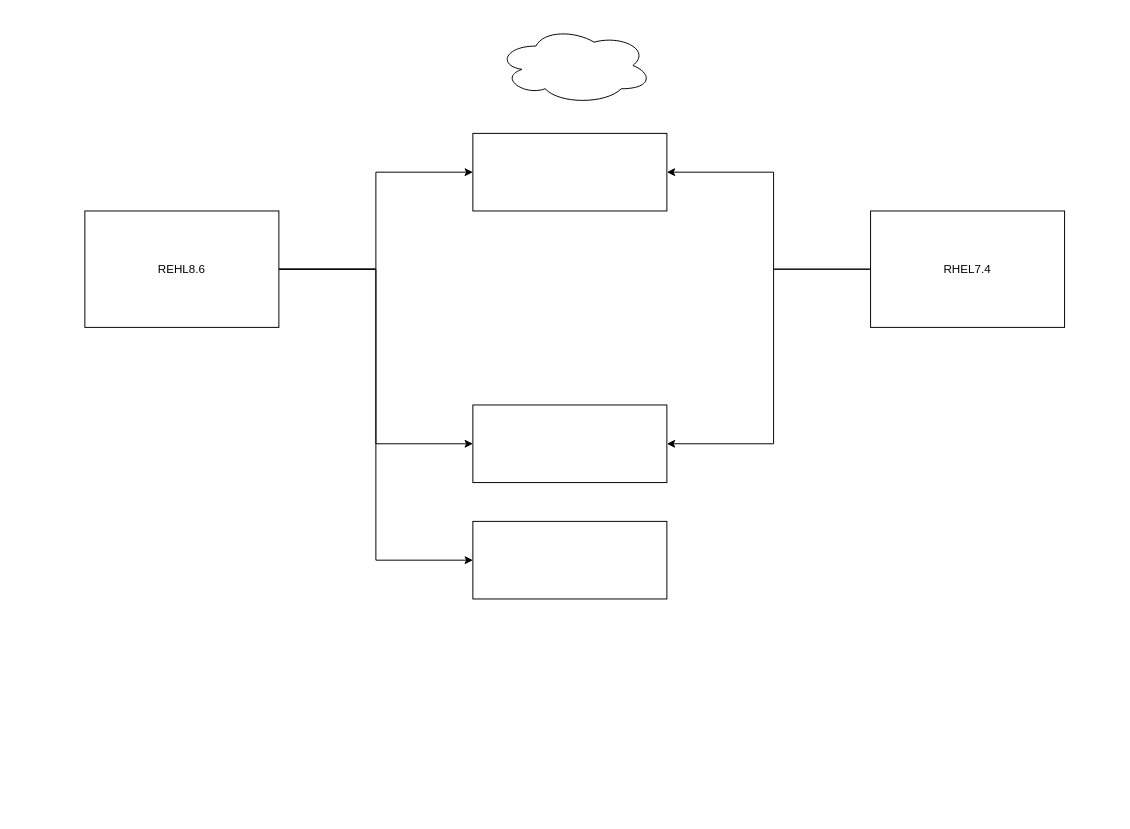
Earlier version of the draw.io diagram 2New_server.drawio (yokikim/Report-resource-linux). Source tidied: cells renumbered, new cells numbered last; positions are measured from the earlier drawing's top-left corner, leaving out a move shared by most shapes. Both pictures are drawn from the tidied source at 97%, with x=0, y=0 at pixel (84, 26). Pictures stored in the file or linked from it are replaced by grey dashed boxes.
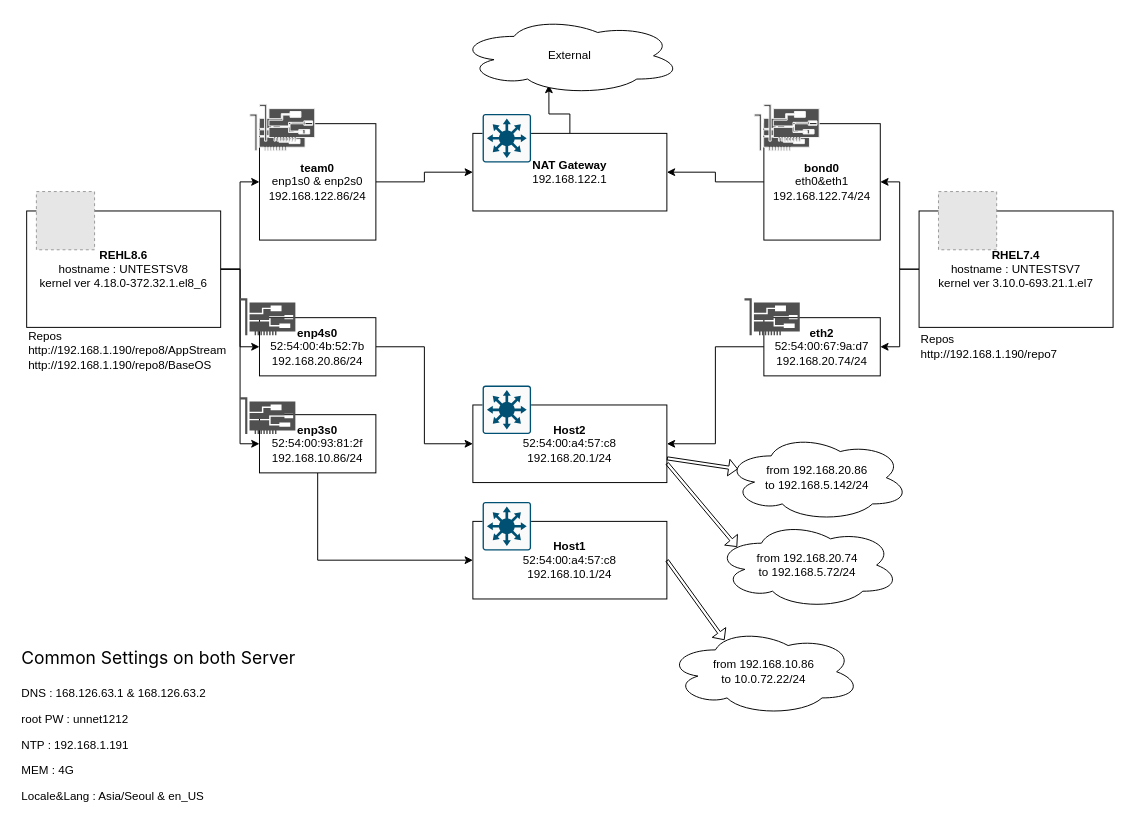
Above is the later version.

What changed in the source:
```diff
@@
+    <mxCell id="13" style="edgeStyle=orthogonalEdgeStyle;rounded=0;jettySize=auto;html=1;exitX=0.5;exitY=0;exitDx=0;exitDy=0;entryX=0.406;entryY=0.875;entryDx=0;entryDy=0;entryPerimeter=0;" parent="1" edge="1" source="2" target="3">
+      <mxGeometry relative="1" as="geometry" />
+    </mxCell>
-    <mxCell id="2" style="rounded=0;whiteSpace=wrap;html=1;" parent="1" vertex="1">
+    <mxCell id="2" value="&lt;b&gt;NAT Gateway&lt;/b&gt;&lt;br&gt;192.168.122.1" style="rounded=0;whiteSpace=wrap;html=1;" parent="1" vertex="1">
       <mxGeometry x="400" y="110" width="200" height="80" as="geometry" />
     </mxCell>
-    <mxCell id="3" style="ellipse;shape=cloud;whiteSpace=wrap;html=1;" parent="1" vertex="1">
-      <mxGeometry x="425" width="160" height="80" as="geometry" />
+    <mxCell id="3" value="External" style="ellipse;shape=cloud;whiteSpace=wrap;html=1;" parent="1" vertex="1">
+      <mxGeometry x="385" y="-10" width="230" height="80" as="geometry" />
     </mxCell>
-    <mxCell id="4" style="edgeStyle=orthogonalEdgeStyle;rounded=0;jettySize=auto;html=1;entryX=0;entryY=0.5;entryDx=0;entryDy=0;" parent="1" edge="1" source="7" target="2">
-      <mxGeometry relative="1" as="geometry" />
-    </mxCell>
-    <mxCell id="5" style="edgeStyle=orthogonalEdgeStyle;rounded=0;jettySize=auto;html=1;entryX=0;entryY=0.5;entryDx=0;entryDy=0;" parent="1" edge="1" source="7" target="11">
-      <mxGeometry relative="1" as="geometry" />
-    </mxCell>
-    <mxCell id="6" style="edgeStyle=orthogonalEdgeStyle;rounded=0;jettySize=auto;html=1;entryX=0;entryY=0.5;entryDx=0;entryDy=0;" parent="1" edge="1" source="7" target="12">
-      <mxGeometry relative="1" as="geometry">
-        <Array as="points">
-          <mxPoint x="300" y="250" />
-          <mxPoint x="300" y="550" />
-        </Array>
-      </mxGeometry>
-    </mxCell>
+    <mxCell id="14" style="edgeStyle=orthogonalEdgeStyle;rounded=0;jettySize=auto;html=1;entryX=0;entryY=0.5;entryDx=0;entryDy=0;" parent="1" edge="1" source="7" target="20">
+      <mxGeometry relative="1" as="geometry" />
+    </mxCell>
+    <mxCell id="15" style="edgeStyle=orthogonalEdgeStyle;rounded=0;jettySize=auto;html=1;entryX=0;entryY=0.5;entryDx=0;entryDy=0;" parent="1" edge="1" source="7" target="22">
+      <mxGeometry relative="1" as="geometry" />
+    </mxCell>
+    <mxCell id="16" style="edgeStyle=orthogonalEdgeStyle;rounded=0;jettySize=auto;html=1;entryX=0;entryY=0.5;entryDx=0;entryDy=0;" parent="1" edge="1" source="7" target="24">
+      <mxGeometry relative="1" as="geometry" />
+    </mxCell>
-    <mxCell id="7" value="REHL8.6" style="rounded=0;whiteSpace=wrap;html=1;" parent="1" vertex="1">
-      <mxGeometry y="190" width="200" height="120" as="geometry" />
+    <mxCell id="7" value="&lt;b&gt;REHL8.6&lt;/b&gt;&lt;br&gt;hostname : UNTESTSV8&lt;br&gt;kernel ver&amp;nbsp;4.18.0-372.32.1.el8_6" style="rounded=0;whiteSpace=wrap;html=1;" parent="1" vertex="1">
+      <mxGeometry x="-60" y="190" width="200" height="120" as="geometry" />
     </mxCell>
-    <mxCell id="8" style="edgeStyle=orthogonalEdgeStyle;rounded=0;jettySize=auto;html=1;entryX=1;entryY=0.5;entryDx=0;entryDy=0;" parent="1" edge="1" source="10" target="2">
-      <mxGeometry relative="1" as="geometry">
-        <Array as="points">
-          <mxPoint x="710" y="250" />
-          <mxPoint x="710" y="150" />
-        </Array>
-      </mxGeometry>
-    </mxCell>
-    <mxCell id="9" style="edgeStyle=orthogonalEdgeStyle;rounded=0;jettySize=auto;html=1;entryX=1;entryY=0.5;entryDx=0;entryDy=0;" parent="1" edge="1" source="10" target="11">
-      <mxGeometry relative="1" as="geometry">
-        <Array as="points">
-          <mxPoint x="710" y="250" />
-          <mxPoint x="710" y="430" />
-        </Array>
-      </mxGeometry>
-    </mxCell>
+    <mxCell id="17" style="edgeStyle=orthogonalEdgeStyle;rounded=0;jettySize=auto;html=1;entryX=1;entryY=0.5;entryDx=0;entryDy=0;" parent="1" edge="1" source="10" target="26">
+      <mxGeometry relative="1" as="geometry" />
+    </mxCell>
+    <mxCell id="18" style="edgeStyle=orthogonalEdgeStyle;rounded=0;jettySize=auto;html=1;" parent="1" edge="1" source="10" target="28">
+      <mxGeometry relative="1" as="geometry" />
+    </mxCell>
-    <mxCell id="10" value="RHEL7.4" style="rounded=0;whiteSpace=wrap;html=1;" parent="1" vertex="1">
-      <mxGeometry x="810" y="190" width="200" height="120" as="geometry" />
+    <mxCell id="10" value="&lt;b&gt;RHEL7.4&lt;/b&gt;&lt;br&gt;hostname : UNTESTSV7&lt;br&gt;kernel ver&amp;nbsp;3.10.0-693.21.1.el7" style="rounded=0;whiteSpace=wrap;html=1;" parent="1" vertex="1">
+      <mxGeometry x="860" y="190" width="200" height="120" as="geometry" />
     </mxCell>
-    <mxCell id="11" style="rounded=0;whiteSpace=wrap;html=1;" parent="1" vertex="1">
+    <mxCell id="11" value="&lt;b&gt;Host2&lt;/b&gt;&lt;br&gt;52:54:00:a4:57:c8&lt;br&gt;192.168.20.1/24" style="rounded=0;whiteSpace=wrap;html=1;" parent="1" vertex="1">
       <mxGeometry x="400" y="390" width="200" height="80" as="geometry" />
     </mxCell>
-    <mxCell id="12" style="rounded=0;whiteSpace=wrap;html=1;" parent="1" vertex="1">
+    <mxCell id="12" value="&lt;b&gt;Host1&lt;/b&gt;&lt;br&gt;52:54:00:a4:57:c8&lt;br&gt;192.168.10.1/24" style="rounded=0;whiteSpace=wrap;html=1;" parent="1" vertex="1">
       <mxGeometry x="400" y="510" width="200" height="80" as="geometry" />
     </mxCell>
+    <mxCell id="19" style="edgeStyle=orthogonalEdgeStyle;rounded=0;jettySize=auto;html=1;" parent="1" edge="1" source="20" target="2">
+      <mxGeometry relative="1" as="geometry" />
+    </mxCell>
+    <mxCell id="20" value="&lt;b&gt;team0&lt;br&gt;&lt;/b&gt;enp1s0 &amp;amp; enp2s0&lt;br&gt;192.168.122.86/24&lt;br&gt;" style="rounded=0;whiteSpace=wrap;html=1;" parent="1" vertex="1">
+      <mxGeometry x="180" y="100" width="120" height="120" as="geometry" />
+    </mxCell>
+    <mxCell id="21" style="edgeStyle=orthogonalEdgeStyle;rounded=0;jettySize=auto;html=1;entryX=0;entryY=0.5;entryDx=0;entryDy=0;" parent="1" edge="1" source="22" target="11">
+      <mxGeometry relative="1" as="geometry" />
+    </mxCell>
+    <mxCell id="22" value="&lt;b&gt;enp4s0&lt;/b&gt;&lt;br&gt;52:54:00:4b:52:7b&lt;br&gt;192.168.20.86/24" style="rounded=0;whiteSpace=wrap;html=1;" parent="1" vertex="1">
+      <mxGeometry x="180" y="300" width="120" height="60" as="geometry" />
+    </mxCell>
+    <mxCell id="23" style="edgeStyle=orthogonalEdgeStyle;rounded=0;jettySize=auto;html=1;exitX=0.5;exitY=1;exitDx=0;exitDy=0;entryX=0;entryY=0.5;entryDx=0;entryDy=0;" parent="1" edge="1" source="24" target="12">
+      <mxGeometry relative="1" as="geometry" />
+    </mxCell>
+    <mxCell id="24" value="&lt;b&gt;enp3s0&lt;/b&gt;&lt;br&gt;52:54:00:93:81:2f&lt;br&gt;192.168.10.86/24" style="rounded=0;whiteSpace=wrap;html=1;" parent="1" vertex="1">
+      <mxGeometry x="180" y="400" width="120" height="60" as="geometry" />
+    </mxCell>
+    <mxCell id="25" style="edgeStyle=orthogonalEdgeStyle;rounded=0;jettySize=auto;html=1;entryX=1;entryY=0.5;entryDx=0;entryDy=0;" parent="1" edge="1" source="26" target="2">
+      <mxGeometry relative="1" as="geometry" />
+    </mxCell>
+    <mxCell id="26" value="&lt;b&gt;bond0&lt;/b&gt;&lt;br&gt;eth0&amp;amp;eth1&lt;br&gt;192.168.122.74/24&lt;br&gt;" style="rounded=0;whiteSpace=wrap;html=1;" parent="1" vertex="1">
+      <mxGeometry x="700" y="100" width="120" height="120" as="geometry" />
+    </mxCell>
+    <mxCell id="27" style="edgeStyle=orthogonalEdgeStyle;rounded=0;jettySize=auto;html=1;entryX=1;entryY=0.5;entryDx=0;entryDy=0;" parent="1" edge="1" source="28" target="11">
+      <mxGeometry relative="1" as="geometry" />
+    </mxCell>
+    <mxCell id="28" value="&lt;b&gt;eth2&lt;/b&gt;&lt;br&gt;52:54:00:67:9a:d7&lt;br&gt;192.168.20.74/24" style="rounded=0;whiteSpace=wrap;html=1;" parent="1" vertex="1">
+      <mxGeometry x="700" y="300" width="120" height="60" as="geometry" />
+    </mxCell>
+    <mxCell id="29" value="from 192.168.20.86&lt;br&gt;to 192.168.5.142/24" style="ellipse;shape=cloud;whiteSpace=wrap;html=1;" parent="1" vertex="1">
+      <mxGeometry x="660" y="420" width="190" height="90" as="geometry" />
+    </mxCell>
+    <mxCell id="30" value="from 192.168.20.74&lt;br&gt;to 192.168.5.72/24" style="ellipse;shape=cloud;whiteSpace=wrap;html=1;" parent="1" vertex="1">
+      <mxGeometry x="650" y="510" width="190" height="90" as="geometry" />
+    </mxCell>
+    <mxCell id="31" style="shape=flexArrow;endArrow=classic;html=1;rounded=0;entryX=0.07;entryY=0.4;entryDx=0;entryDy=0;entryPerimeter=0;endWidth=13;endSize=2.732;width=3.2;" parent="1" edge="1" source="11" target="29">
+      <mxGeometry relative="1" as="geometry" />
+    </mxCell>
+    <mxCell id="32" style="shape=flexArrow;endArrow=classic;html=1;rounded=0;entryX=0.118;entryY=0.293;entryDx=0;entryDy=0;entryPerimeter=0;endWidth=13;endSize=2.732;width=3.2;exitX=1;exitY=0.75;exitDx=0;exitDy=0;" parent="1" edge="1" source="11" target="30">
+      <mxGeometry relative="1" as="geometry" />
+    </mxCell>
+    <mxCell id="33" value="from 192.168.10.86&lt;br&gt;to 10.0.72.22/24" style="ellipse;shape=cloud;whiteSpace=wrap;html=1;" parent="1" vertex="1">
+      <mxGeometry x="600" y="620" width="200" height="90" as="geometry" />
+    </mxCell>
+    <mxCell id="34" style="shape=flexArrow;endArrow=classic;html=1;rounded=0;endWidth=13;endSize=2.732;width=3.2;exitX=1;exitY=0.5;exitDx=0;exitDy=0;entryX=0.297;entryY=0.138;entryDx=0;entryDy=0;entryPerimeter=0;" parent="1" edge="1" source="12" target="33">
+      <mxGeometry relative="1" as="geometry" />
+    </mxCell>
+    <mxCell id="35" value="&lt;h1&gt;&lt;span style=&quot;font-family: -apple-system, BlinkMacSystemFont, &amp;quot;Apple SD Gothic Neo&amp;quot;, helvetica, noto, notojp, notokr, &amp;quot;Microsoft YaHei&amp;quot;, &amp;quot;Malgun Gothic&amp;quot;, &amp;quot;맑은 고딕&amp;quot;, Dotum, 돋움, sans-serif; font-size: 18px; font-weight: 400; background-color: rgb(255, 255, 255);&quot;&gt;Common Settings on both Server&lt;/span&gt;&lt;br&gt;&lt;/h1&gt;&lt;p&gt;DNS : 168.126.63.1 &amp;amp; 168.126.63.2&lt;/p&gt;&lt;p&gt;root PW : unnet1212&lt;/p&gt;&lt;p&gt;NTP : 192.168.1.191&lt;/p&gt;&lt;p&gt;MEM : 4G&lt;/p&gt;&lt;p&gt;Locale&amp;amp;Lang : Asia/Seoul &amp;amp; en_US&lt;/p&gt;" style="text;html=1;strokeColor=none;fillColor=none;spacing=5;spacingTop=-20;whiteSpace=wrap;overflow=hidden;rounded=0;" parent="1" vertex="1">
+      <mxGeometry x="-70" y="630" width="310" height="180" as="geometry" />
+    </mxCell>
+    <mxCell id="36" style="fillColor=#E6E6E6;strokeColor=#999999;dashed=1;html=1;verticalAlign=top;verticalLabelPosition=bottom;labelBackgroundColor=#ffffff;" parent="1" vertex="1">
+      <mxGeometry x="-50" y="170" width="60" height="60" as="geometry" />
+    </mxCell>
+    <mxCell id="37" style="fillColor=#E6E6E6;strokeColor=#999999;dashed=1;html=1;verticalAlign=top;verticalLabelPosition=bottom;labelBackgroundColor=#ffffff;" parent="1" vertex="1">
+      <mxGeometry x="880" y="170" width="60" height="60" as="geometry" />
+    </mxCell>
+    <mxCell id="38" style="sketch=0;shadow=0;dashed=0;html=1;strokeColor=#F7F7F7;fillColor=#505050;labelPosition=center;verticalLabelPosition=bottom;verticalAlign=top;align=center;shape=mxgraph.office.devices.nic;" parent="1" vertex="1">
+      <mxGeometry x="170" y="90" width="57" height="38" as="geometry" />
+    </mxCell>
+    <mxCell id="39" style="sketch=0;shadow=0;dashed=0;html=1;strokeColor=none;fillColor=#505050;labelPosition=center;verticalLabelPosition=bottom;verticalAlign=top;align=center;shape=mxgraph.office.devices.nic;" parent="1" vertex="1">
+      <mxGeometry x="160" y="280" width="57" height="38" as="geometry" />
+    </mxCell>
+    <mxCell id="40" style="sketch=0;shadow=0;dashed=0;html=1;strokeColor=none;fillColor=#505050;labelPosition=center;verticalLabelPosition=bottom;verticalAlign=top;align=center;shape=mxgraph.office.devices.nic;" parent="1" vertex="1">
+      <mxGeometry x="160" y="382" width="57" height="38" as="geometry" />
+    </mxCell>
+    <mxCell id="41" style="sketch=0;shadow=0;dashed=0;html=1;strokeColor=#F5F5F5;fillColor=#505050;labelPosition=center;verticalLabelPosition=bottom;verticalAlign=top;align=center;shape=mxgraph.office.devices.nic;" parent="1" vertex="1">
+      <mxGeometry x="690" y="90" width="57" height="38" as="geometry" />
+    </mxCell>
+    <mxCell id="42" style="sketch=0;shadow=0;dashed=0;html=1;strokeColor=#F5F5F5;fillColor=#505050;labelPosition=center;verticalLabelPosition=bottom;verticalAlign=top;align=center;shape=mxgraph.office.devices.nic;" parent="1" vertex="1">
+      <mxGeometry x="700" y="80" width="57" height="38" as="geometry" />
+    </mxCell>
+    <mxCell id="43" style="sketch=0;shadow=0;dashed=0;html=1;strokeColor=#F5F5F5;fillColor=#505050;labelPosition=center;verticalLabelPosition=bottom;verticalAlign=top;align=center;shape=mxgraph.office.devices.nic;" parent="1" vertex="1">
+      <mxGeometry x="180" y="80" width="57" height="38" as="geometry" />
+    </mxCell>
+    <mxCell id="44" style="sketch=0;shadow=0;dashed=0;html=1;strokeColor=none;fillColor=#505050;labelPosition=center;verticalLabelPosition=bottom;verticalAlign=top;align=center;shape=mxgraph.office.devices.nic;" parent="1" vertex="1">
+      <mxGeometry x="680" y="280" width="57" height="38" as="geometry" />
+    </mxCell>
+    <mxCell id="45" style="sketch=0;verticalLabelPosition=bottom;html=1;verticalAlign=top;align=center;shape=mxgraph.cisco19.rect;prIcon=l3_switch;fillColor=#FAFAFA;strokeColor=#005073;" parent="1" vertex="1">
+      <mxGeometry x="410" y="90" width="50" height="50" as="geometry" />
+    </mxCell>
+    <mxCell id="46" style="sketch=0;verticalLabelPosition=bottom;html=1;verticalAlign=top;align=center;shape=mxgraph.cisco19.rect;prIcon=l3_switch;fillColor=#FAFAFA;strokeColor=#005073;" parent="1" vertex="1">
+      <mxGeometry x="410" y="370" width="50" height="50" as="geometry" />
+    </mxCell>
+    <mxCell id="47" style="sketch=0;verticalLabelPosition=bottom;html=1;verticalAlign=top;align=center;shape=mxgraph.cisco19.rect;prIcon=l3_switch;fillColor=#FAFAFA;strokeColor=#005073;" parent="1" vertex="1">
+      <mxGeometry x="410" y="490" width="50" height="50" as="geometry" />
+    </mxCell>
+    <mxCell id="48" value="Repos&lt;br&gt;http://192.168.1.190/repo8/AppStream&lt;br&gt;http://192.168.1.190/repo8/BaseOS" style="text;html=1;strokeColor=none;fillColor=none;align=left;verticalAlign=middle;whiteSpace=wrap;rounded=0;" parent="1" vertex="1">
+      <mxGeometry x="-60" y="318" width="200" height="32" as="geometry" />
+    </mxCell>
+    <mxCell id="49" value="Repos&lt;br&gt;http://192.168.1.190/repo7" style="text;html=1;strokeColor=none;fillColor=none;align=left;verticalAlign=middle;whiteSpace=wrap;rounded=0;" parent="1" vertex="1">
+      <mxGeometry x="860" y="310" width="200" height="40" as="geometry" />
+    </mxCell>
```
